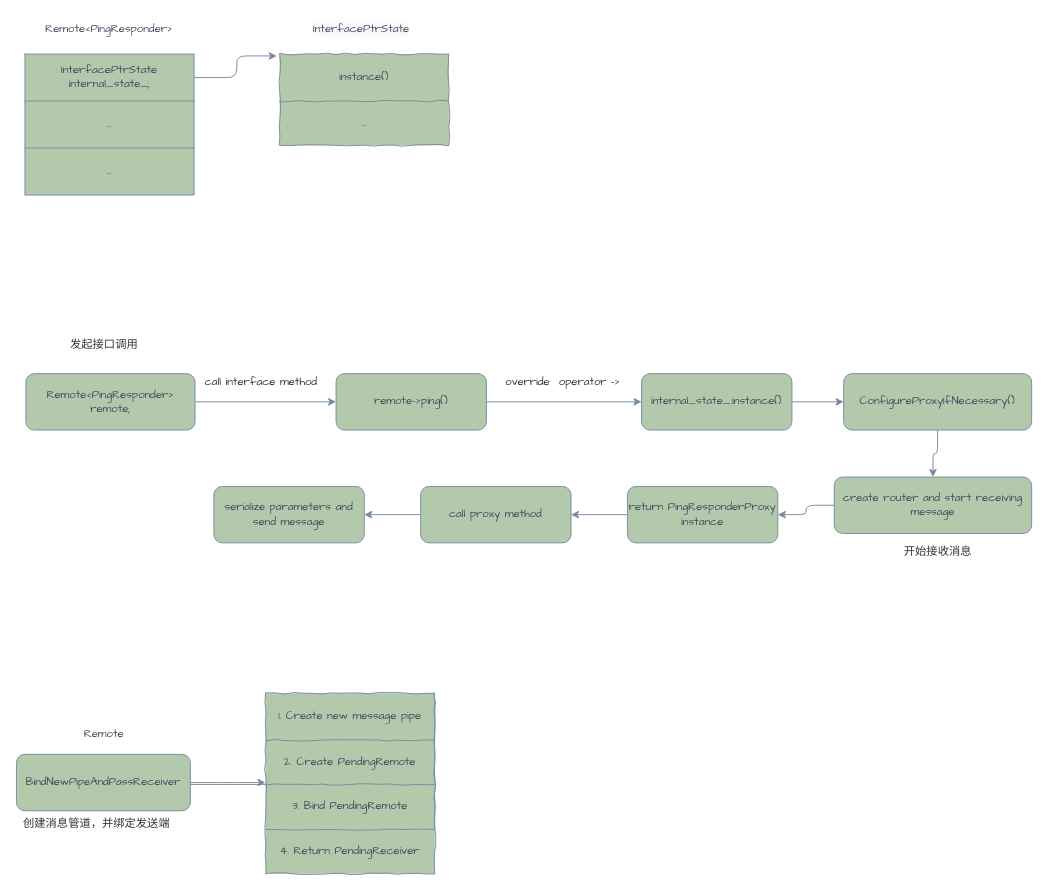
Above: page "Remote" (1 of 9) of mojo.drawio in silan-liu/drawio (draw.io), before the change. Source tidied: cells renumbered, new cells numbered last; positions are measured from the earlier drawing's top-left corner, leaving out a move shared by most shapes. Both pictures are drawn from the tidied source at 94%, with x=0, y=0 at pixel (16, 16).
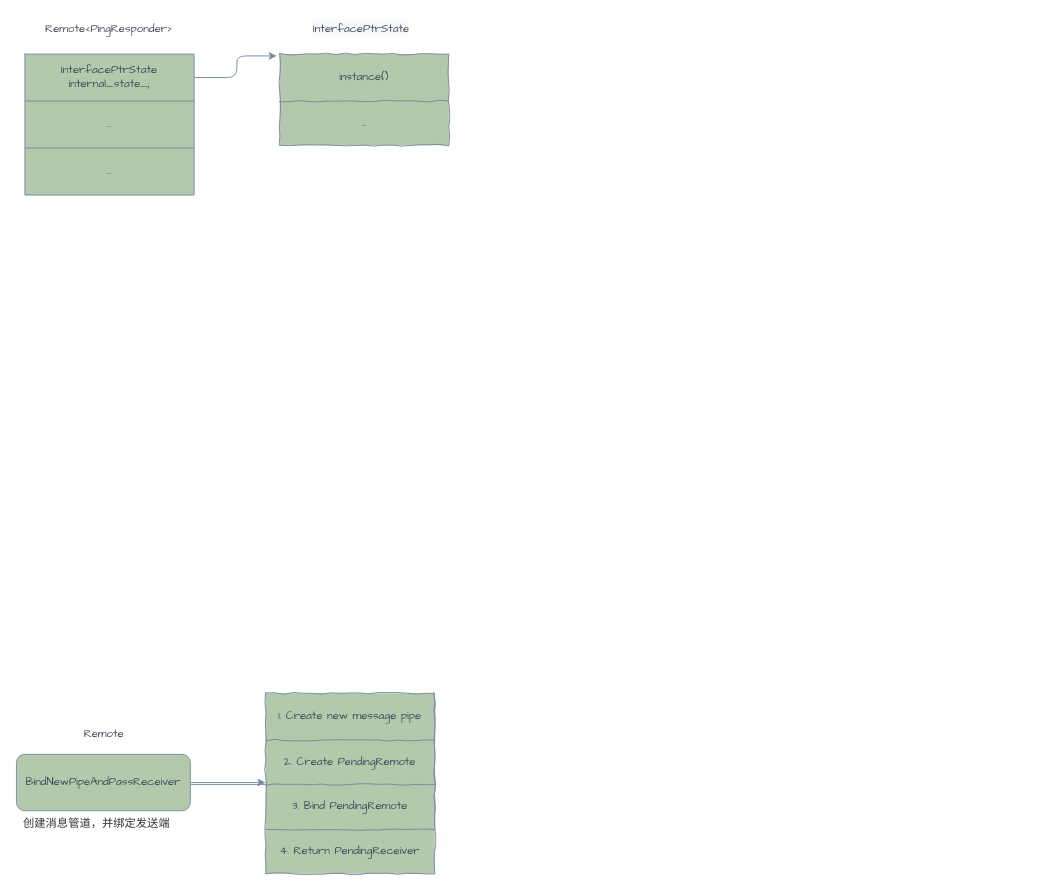
The same page after the edit.

The edit, as a diff of the source:
```diff
@@
-    <mxCell id="2" style="edgeStyle=orthogonalEdgeStyle;curved=0;rounded=1;sketch=0;jettySize=auto;html=1;fontFamily=Comic Sans MS;fontColor=#333333;strokeColor=#788AA3;fillColor=#B2C9AB;" parent="1" edge="1" source="3" target="40">
-      <mxGeometry relative="1" as="geometry" />
-    </mxCell>
-    <mxCell id="3" value="return PingResponderProxy instance" style="rounded=1;whiteSpace=wrap;html=1;sketch=0;fontColor=#46495D;strokeColor=#788AA3;fillColor=#B2C9AB;fontFamily=Comic Sans MS;" parent="1" vertex="1">
-      <mxGeometry x="650" y="500" width="160" height="60" as="geometry" />
-    </mxCell>
@@
-    <mxCell id="12" style="edgeStyle=orthogonalEdgeStyle;curved=0;rounded=1;sketch=0;jettySize=auto;html=1;fontFamily=Comic Sans MS;fontColor=#333333;strokeColor=#788AA3;fillColor=#B2C9AB;" parent="1" edge="1" source="13" target="42">
-      <mxGeometry relative="1" as="geometry" />
-    </mxCell>
-    <mxCell id="13" value="ConfigureProxyIfNecessary()" style="rounded=1;whiteSpace=wrap;html=1;sketch=0;fontColor=#46495D;strokeColor=#788AA3;fillColor=#B2C9AB;fontFamily=Comic Sans MS;" parent="1" vertex="1">
-      <mxGeometry x="880" y="380" width="200" height="60" as="geometry" />
-    </mxCell>
@@
-    <mxCell id="15" value="serialize parameters and send message" style="rounded=1;whiteSpace=wrap;html=1;sketch=0;fontColor=#46495D;strokeColor=#788AA3;fillColor=#B2C9AB;fontFamily=Comic Sans MS;" parent="1" vertex="1">
-      <mxGeometry x="210" y="500" width="160" height="60" as="geometry" />
-    </mxCell>
@@
-    <mxCell id="31" style="edgeStyle=orthogonalEdgeStyle;curved=0;rounded=1;sketch=0;jettySize=auto;html=1;fontFamily=Comic Sans MS;fontColor=#333333;strokeColor=#788AA3;fillColor=#B2C9AB;" parent="1" edge="1" source="32" target="37">
-      <mxGeometry relative="1" as="geometry" />
-    </mxCell>
-    <mxCell id="32" value="remote-&amp;gt;ping()" style="rounded=1;whiteSpace=wrap;html=1;sketch=0;fontColor=#46495D;strokeColor=#788AA3;fillColor=#B2C9AB;fontFamily=Comic Sans MS;" parent="1" vertex="1">
-      <mxGeometry x="340" y="380" width="160" height="60" as="geometry" />
-    </mxCell>
-    <mxCell id="33" value="call interface method" style="text;html=1;align=center;verticalAlign=middle;strokeColor=none;fillColor=none;fontFamily=Comic Sans MS;fontColor=#333333;" parent="1" vertex="1">
-      <mxGeometry x="190" y="380" width="140" height="20" as="geometry" />
-    </mxCell>
-    <mxCell id="34" style="edgeStyle=orthogonalEdgeStyle;curved=0;rounded=1;sketch=0;jettySize=auto;html=1;fontFamily=Comic Sans MS;fontColor=#333333;strokeColor=#788AA3;fillColor=#B2C9AB;" parent="1" edge="1" source="35" target="32">
-      <mxGeometry relative="1" as="geometry" />
-    </mxCell>
-    <mxCell id="35" value="Remote&amp;lt;PingResponder&amp;gt; remote;" style="rounded=1;whiteSpace=wrap;html=1;sketch=0;fontColor=#46495D;strokeColor=#788AA3;fillColor=#B2C9AB;fontFamily=Comic Sans MS;" parent="1" vertex="1">
-      <mxGeometry x="10" y="380" width="180" height="60" as="geometry" />
-    </mxCell>
-    <mxCell id="36" style="edgeStyle=orthogonalEdgeStyle;curved=0;rounded=1;sketch=0;jettySize=auto;html=1;fontFamily=Comic Sans MS;fontColor=#333333;strokeColor=#788AA3;fillColor=#B2C9AB;" parent="1" edge="1" source="37" target="13">
-      <mxGeometry relative="1" as="geometry" />
-    </mxCell>
-    <mxCell id="37" value="internal_state_.instance()" style="rounded=1;whiteSpace=wrap;html=1;sketch=0;fontColor=#46495D;strokeColor=#788AA3;fillColor=#B2C9AB;fontFamily=Comic Sans MS;" parent="1" vertex="1">
-      <mxGeometry x="665" y="380" width="160" height="60" as="geometry" />
-    </mxCell>
-    <mxCell id="38" value="override&amp;nbsp; operator -&amp;gt;" style="text;html=1;align=center;verticalAlign=middle;strokeColor=none;fillColor=none;fontFamily=Comic Sans MS;fontColor=#333333;" parent="1" vertex="1">
-      <mxGeometry x="516" y="380" width="130" height="20" as="geometry" />
-    </mxCell>
-    <mxCell id="39" style="edgeStyle=orthogonalEdgeStyle;curved=0;rounded=1;sketch=0;jettySize=auto;html=1;fontFamily=Comic Sans MS;fontColor=#333333;strokeColor=#788AA3;fillColor=#B2C9AB;" parent="1" edge="1" source="40" target="15">
-      <mxGeometry relative="1" as="geometry" />
-    </mxCell>
-    <mxCell id="40" value="call proxy method" style="rounded=1;whiteSpace=wrap;html=1;sketch=0;fontColor=#46495D;strokeColor=#788AA3;fillColor=#B2C9AB;fontFamily=Comic Sans MS;" parent="1" vertex="1">
-      <mxGeometry x="430" y="500" width="160" height="60" as="geometry" />
-    </mxCell>
-    <mxCell id="41" style="edgeStyle=orthogonalEdgeStyle;curved=0;rounded=1;sketch=0;jettySize=auto;html=1;entryX=1;entryY=0.5;entryDx=0;entryDy=0;fontFamily=Comic Sans MS;fontColor=#333333;strokeColor=#788AA3;fillColor=#B2C9AB;" parent="1" edge="1" source="42" target="3">
-      <mxGeometry relative="1" as="geometry" />
-    </mxCell>
-    <mxCell id="42" value="create router and start receiving message" style="rounded=1;whiteSpace=wrap;html=1;sketch=0;fontColor=#46495D;strokeColor=#788AA3;fillColor=#B2C9AB;fontFamily=Comic Sans MS;" parent="1" vertex="1">
-      <mxGeometry x="870" y="490" width="210" height="60" as="geometry" />
-    </mxCell>
-    <mxCell id="43" value="开始接收消息" style="text;html=1;align=center;verticalAlign=middle;strokeColor=none;fillColor=none;fontFamily=Comic Sans MS;fontColor=#333333;" parent="1" vertex="1">
-      <mxGeometry x="935" y="560" width="90" height="20" as="geometry" />
-    </mxCell>
-    <mxCell id="44" value="发起接口调用" style="text;html=1;align=center;verticalAlign=middle;strokeColor=none;fillColor=none;fontFamily=Comic Sans MS;fontColor=#333333;fontSize=12;" parent="1" vertex="1">
-      <mxGeometry x="47.5" y="340" width="90" height="20" as="geometry" />
-    </mxCell>
```
